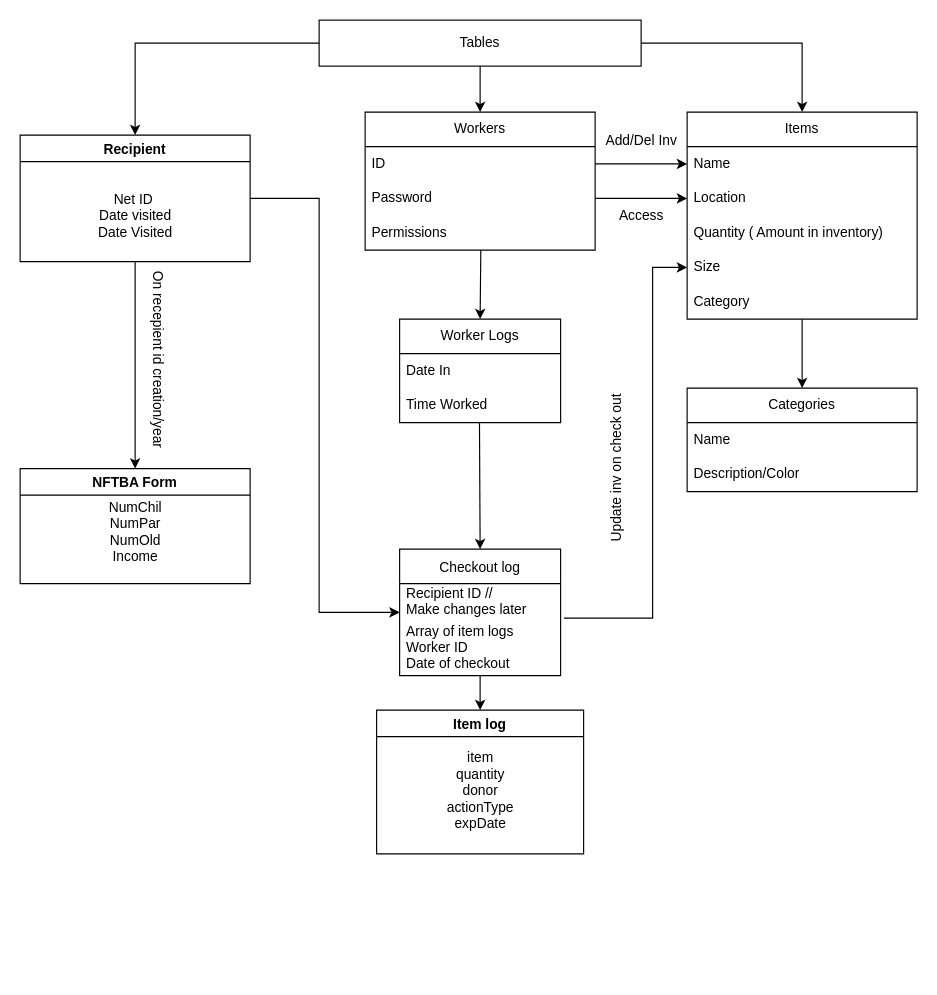
UTDallasEPICS/Comet-Cupboard keeps this draw.io diagram as Back-End Data.drawio. Above is the earlier version. Source tidied: cells renumbered, new cells numbered last; positions are measured from the earlier drawing's top-left corner, leaving out a move shared by most shapes. Both pictures are drawn from the tidied source at 115%, with x=0, y=0 at pixel (20, 20).
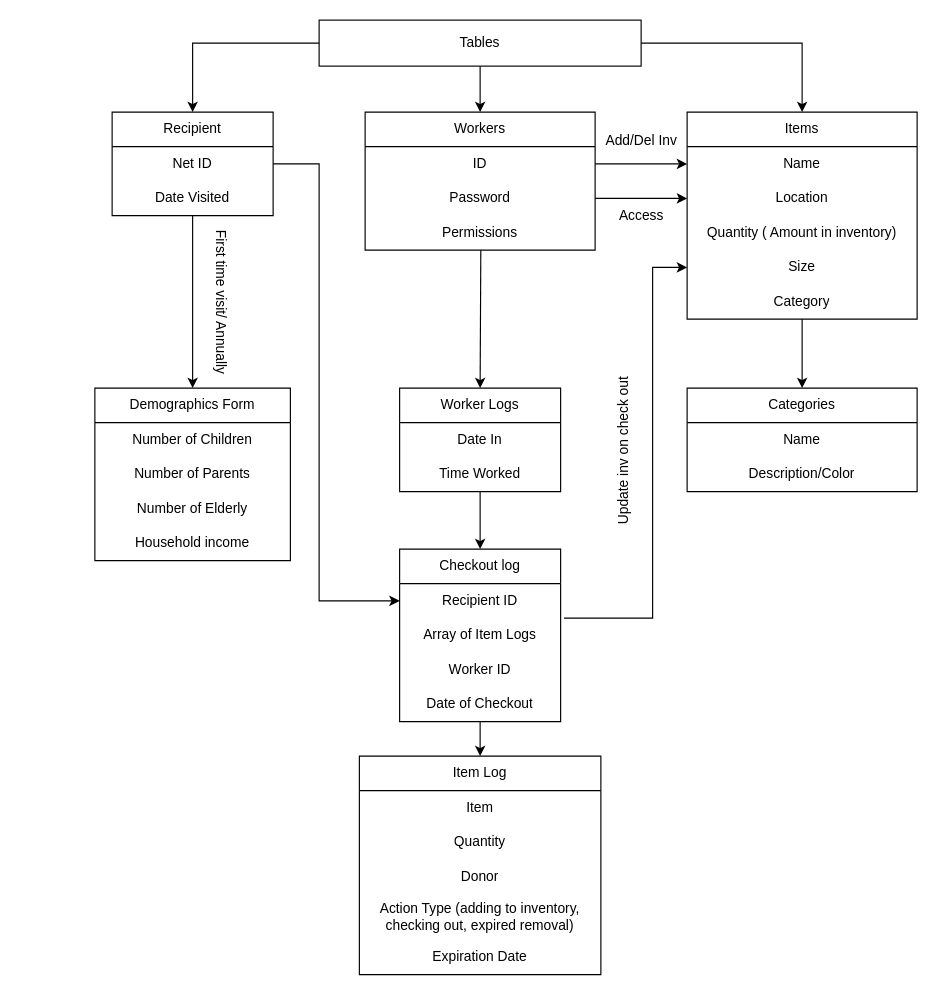
After the change.

The change refers to these unchanged cells:
```xml
<mxCell id="4" value="Tables" style="rounded=0;whiteSpace=wrap;html=1;" parent="1" vertex="1">
  <mxGeometry x="260" width="280" height="40" as="geometry" />
</mxCell>
<mxCell id="21" value="Items" style="swimlane;fontStyle=0;horizontal=1;startSize=30;whiteSpace=wrap;html=1;" parent="1" vertex="1">
  <mxGeometry x="580" y="80" width="200" height="180" as="geometry" />
</mxCell>
<mxCell id="28" value="Workers" style="swimlane;fontStyle=0;horizontal=1;startSize=30;whiteSpace=wrap;html=1;" parent="1" vertex="1">
  <mxGeometry x="300" y="80" width="200" height="120" as="geometry" />
</mxCell>
<mxCell id="33" value="Categories" style="swimlane;fontStyle=0;horizontal=1;startSize=30;whiteSpace=wrap;html=1;" parent="1" vertex="1">
  <mxGeometry x="580" y="320" width="200" height="90" as="geometry" />
</mxCell>
```

What changed in the source:
```diff
@@
-    <mxCell id="2" value="Recipient" style="swimlane;startSize=23;" parent="1" vertex="1">
-      <mxGeometry y="100" width="200" height="110" as="geometry" />
-    </mxCell>
-    <mxCell id="3" value="Net ID&amp;nbsp;&lt;br&gt;Date visited&lt;br&gt;Date Visited" style="text;html=1;align=center;verticalAlign=middle;strokeColor=none;fillColor=none;" parent="2" vertex="1">
-      <mxGeometry x="55" y="40" width="90" height="60" as="geometry" />
-    </mxCell>
@@
-    <mxCell id="5" value="NFTBA Form" style="swimlane;" parent="1" vertex="1">
-      <mxGeometry y="390" width="200" height="100" as="geometry" />
-    </mxCell>
-    <mxCell id="6" value="NumChil&lt;br&gt;NumPar&lt;br&gt;NumOld&lt;br&gt;Income" style="text;html=1;align=center;verticalAlign=middle;strokeColor=none;fillColor=none;" parent="5" vertex="1">
-      <mxGeometry x="65" y="20" width="70" height="70" as="geometry" />
-    </mxCell>
-    <mxCell id="7" value="On recepient id creation/year" style="text;html=1;align=center;verticalAlign=middle;strokeColor=none;fillColor=none;rotation=90;" parent="1" vertex="1">
-      <mxGeometry x="30" y="280" width="180" height="30" as="geometry" />
+    <mxCell id="7" value="First time visit/ Annually" style="text;html=1;align=center;verticalAlign=middle;strokeColor=none;fillColor=none;rotation=90;" parent="1" vertex="1">
+      <mxGeometry x="100" y="230" width="150" height="30" as="geometry" />
     </mxCell>
-    <mxCell id="8" value="Item log" style="swimlane;" parent="1" vertex="1">
-      <mxGeometry x="310" y="600" width="180" height="125" as="geometry" />
-    </mxCell>
-    <mxCell id="9" value="&lt;br&gt;" style="text;html=1;align=center;verticalAlign=middle;strokeColor=none;fillColor=none;" parent="8" vertex="1">
-      <mxGeometry x="100" y="105" width="20" height="30" as="geometry" />
-    </mxCell>
-    <mxCell id="10" value="item&lt;br&gt;quantity&lt;br&gt;donor&lt;br&gt;actionType&lt;br&gt;expDate" style="text;html=1;align=center;verticalAlign=middle;strokeColor=none;fillColor=none;" parent="8" vertex="1">
-      <mxGeometry x="50" y="25" width="80" height="90" as="geometry" />
-    </mxCell>
@@
-    <mxCell id="12" value="Checkout log" style="swimlane;fontStyle=0;horizontal=1;startSize=30;" parent="1" vertex="1">
-      <mxGeometry x="330" y="460" width="140" height="110" as="geometry" />
-    </mxCell>
-    <mxCell id="13" value="Recipient ID //&#10;Make changes later" style="text;strokeColor=none;fillColor=none;align=left;verticalAlign=middle;spacingLeft=4;spacingRight=4;overflow=hidden;" parent="12" vertex="1">
-      <mxGeometry y="30" width="140" height="30" as="geometry" />
-    </mxCell>
-    <mxCell id="14" value="Array of item logs&#10;Worker ID &#10;Date of checkout" style="text;strokeColor=none;fillColor=none;align=left;verticalAlign=middle;spacingLeft=4;spacingRight=4;overflow=hidden;points=[[0,0.5],[1,0.5]];portConstraint=eastwest;" parent="12" vertex="1">
-      <mxGeometry y="60" width="140" height="50" as="geometry" />
-    </mxCell>
     <mxCell id="15" value="Update inv on check out" style="text;html=1;align=center;verticalAlign=middle;strokeColor=none;fillColor=none;rotation=-90;" parent="1" vertex="1">
-      <mxGeometry x="444" y="375" width="150" height="30" as="geometry" />
+      <mxGeometry x="450" y="360" width="150" height="30" as="geometry" />
     </mxCell>
-    <mxCell id="16" style="endArrow=classic;html=1;rounded=0;exitX=0.5;exitY=1;exitDx=0;exitDy=0;entryX=0.5;entryY=0;entryDx=0;entryDy=0;" parent="1" edge="1" source="2" target="5">
+    <mxCell id="16" style="endArrow=classic;html=1;rounded=0;exitX=0.5;exitY=1;exitDx=0;exitDy=0;entryX=0.5;entryY=0;entryDx=0;entryDy=0;exitPerimeter=0;" parent="1" edge="1" source="46" target="47">
       <mxGeometry relative="1" as="geometry" />
     </mxCell>
@@
-    <mxCell id="18" style="endArrow=classic;html=1;rounded=0;exitX=1;exitY=0.5;exitDx=0;exitDy=0;entryX=0;entryY=0.5;entryDx=0;entryDy=0;" parent="1" edge="1" source="2" target="12">
+    <mxCell id="18" style="endArrow=classic;html=1;rounded=0;exitX=1;exitY=0.5;exitDx=0;exitDy=0;entryX=0;entryY=0.5;entryDx=0;entryDy=0;" parent="1" edge="1" source="45" target="52">
       <mxGeometry relative="1" as="geometry">
         <Array as="points">
-          <mxPoint x="260" y="155" />
-          <mxPoint x="260" y="515" />
+          <mxPoint x="260" y="125" />
+          <mxPoint x="260" y="505" />
         </Array>
       </mxGeometry>
     </mxCell>
-    <mxCell id="19" style="endArrow=classic;html=1;rounded=0;exitX=0.5;exitY=1;exitDx=0;exitDy=0;exitPerimeter=0;" parent="1" edge="1" source="14">
-      <mxGeometry relative="1" as="geometry">
-        <mxPoint x="400" y="600" as="targetPoint" />
-      </mxGeometry>
-    </mxCell>
@@
-    <mxCell id="22" value="Name" style="text;strokeColor=none;fillColor=none;align=left;verticalAlign=middle;spacingLeft=4;spacingRight=4;overflow=hidden;points=[[0,0.5],[1,0.5]];portConstraint=eastwest;whiteSpace=wrap;html=1;" parent="21" vertex="1">
+    <mxCell id="22" value="Name" style="text;strokeColor=none;fillColor=none;align=center;verticalAlign=middle;spacingLeft=4;spacingRight=4;overflow=hidden;points=[[0,0.5],[1,0.5]];portConstraint=eastwest;whiteSpace=wrap;html=1;" parent="21" vertex="1">
       <mxGeometry y="30" width="200" height="30" as="geometry" />
     </mxCell>
-    <mxCell id="23" value="Location" style="text;strokeColor=none;fillColor=none;align=left;verticalAlign=middle;spacingLeft=4;spacingRight=4;overflow=hidden;points=[[0,0.5],[1,0.5]];portConstraint=eastwest;whiteSpace=wrap;html=1;" parent="21" vertex="1">
+    <mxCell id="23" value="Location" style="text;strokeColor=none;fillColor=none;align=center;verticalAlign=middle;spacingLeft=4;spacingRight=4;overflow=hidden;points=[[0,0.5],[1,0.5]];portConstraint=eastwest;whiteSpace=wrap;html=1;" parent="21" vertex="1">
       <mxGeometry y="60" width="200" height="30" as="geometry" />
     </mxCell>
-    <mxCell id="24" value="Quantity ( Amount in inventory)" style="text;strokeColor=none;fillColor=none;align=left;verticalAlign=middle;spacingLeft=4;spacingRight=4;overflow=hidden;whiteSpace=wrap;html=1;" parent="21" vertex="1">
+    <mxCell id="24" value="Quantity ( Amount in inventory)" style="text;strokeColor=none;fillColor=none;align=center;verticalAlign=middle;spacingLeft=4;spacingRight=4;overflow=hidden;whiteSpace=wrap;html=1;" parent="21" vertex="1">
       <mxGeometry y="90" width="200" height="30" as="geometry" />
     </mxCell>
-    <mxCell id="25" value="Size" style="text;strokeColor=none;fillColor=none;align=left;verticalAlign=middle;spacingLeft=4;spacingRight=4;overflow=hidden;points=[[0,0.5],[1,0.5]];portConstraint=eastwest;whiteSpace=wrap;html=1;" parent="21" vertex="1">
+    <mxCell id="25" value="Size" style="text;strokeColor=none;fillColor=none;align=center;verticalAlign=middle;spacingLeft=4;spacingRight=4;overflow=hidden;points=[[0,0.5],[1,0.5]];portConstraint=eastwest;whiteSpace=wrap;html=1;" parent="21" vertex="1">
       <mxGeometry y="120" width="200" height="30" as="geometry" />
     </mxCell>
-    <mxCell id="26" value="Category" style="text;strokeColor=none;fillColor=none;align=left;verticalAlign=middle;spacingLeft=4;spacingRight=4;overflow=hidden;whiteSpace=wrap;html=1;" parent="21" vertex="1">
+    <mxCell id="26" value="Category" style="text;strokeColor=none;fillColor=none;align=center;verticalAlign=middle;spacingLeft=4;spacingRight=4;overflow=hidden;whiteSpace=wrap;html=1;" parent="21" vertex="1">
       <mxGeometry y="150" width="200" height="30" as="geometry" />
     </mxCell>
@@
-    <mxCell id="29" value="ID" style="text;strokeColor=none;fillColor=none;align=left;verticalAlign=middle;spacingLeft=4;spacingRight=4;overflow=hidden;points=[[0,0.5],[1,0.5]];portConstraint=eastwest;whiteSpace=wrap;html=1;" parent="28" vertex="1">
+    <mxCell id="29" value="ID" style="text;strokeColor=none;fillColor=none;align=center;verticalAlign=middle;spacingLeft=4;spacingRight=4;overflow=hidden;points=[[0,0.5],[1,0.5]];portConstraint=eastwest;whiteSpace=wrap;html=1;" parent="28" vertex="1">
       <mxGeometry y="30" width="200" height="30" as="geometry" />
     </mxCell>
-    <mxCell id="30" value="Password" style="text;strokeColor=none;fillColor=none;align=left;verticalAlign=middle;spacingLeft=4;spacingRight=4;overflow=hidden;points=[[0,0.5],[1,0.5]];portConstraint=eastwest;whiteSpace=wrap;html=1;" parent="28" vertex="1">
+    <mxCell id="30" value="Password" style="text;strokeColor=none;fillColor=none;align=center;verticalAlign=middle;spacingLeft=4;spacingRight=4;overflow=hidden;points=[[0,0.5],[1,0.5]];portConstraint=eastwest;whiteSpace=wrap;html=1;" parent="28" vertex="1">
       <mxGeometry y="60" width="200" height="30" as="geometry" />
     </mxCell>
-    <mxCell id="31" value="Permissions" style="text;strokeColor=none;fillColor=none;align=left;verticalAlign=middle;spacingLeft=4;spacingRight=4;overflow=hidden;points=[[0,0.5],[1,0.5]];portConstraint=eastwest;whiteSpace=wrap;html=1;" parent="28" vertex="1">
+    <mxCell id="31" value="Permissions" style="text;strokeColor=none;fillColor=none;align=center;verticalAlign=middle;spacingLeft=4;spacingRight=4;overflow=hidden;points=[[0,0.5],[1,0.5]];portConstraint=eastwest;whiteSpace=wrap;html=1;" parent="28" vertex="1">
       <mxGeometry y="90" width="200" height="30" as="geometry" />
     </mxCell>
@@
-    <mxCell id="34" value="Name" style="text;strokeColor=none;fillColor=none;align=left;verticalAlign=middle;spacingLeft=4;spacingRight=4;overflow=hidden;whiteSpace=wrap;html=1;" parent="33" vertex="1">
+    <mxCell id="34" value="Name" style="text;strokeColor=none;fillColor=none;align=center;verticalAlign=middle;spacingLeft=4;spacingRight=4;overflow=hidden;whiteSpace=wrap;html=1;" parent="33" vertex="1">
       <mxGeometry y="30" width="200" height="30" as="geometry" />
     </mxCell>
-    <mxCell id="35" value="Description/Color" style="text;strokeColor=none;fillColor=none;align=left;verticalAlign=middle;spacingLeft=4;spacingRight=4;overflow=hidden;whiteSpace=wrap;html=1;" parent="33" vertex="1">
+    <mxCell id="35" value="Description/Color" style="text;strokeColor=none;fillColor=none;align=center;verticalAlign=middle;spacingLeft=4;spacingRight=4;overflow=hidden;whiteSpace=wrap;html=1;" parent="33" vertex="1">
       <mxGeometry y="60" width="200" height="30" as="geometry" />
     </mxCell>
@@
     <mxCell id="37" value="Worker Logs" style="swimlane;fontStyle=0;horizontal=1;startSize=30;whiteSpace=wrap;html=1;" parent="1" vertex="1">
-      <mxGeometry x="330" y="260" width="140" height="90" as="geometry" />
+      <mxGeometry x="330" y="320" width="140" height="90" as="geometry" />
     </mxCell>
-    <mxCell id="38" value="Date In" style="text;strokeColor=none;fillColor=none;align=left;verticalAlign=middle;spacingLeft=4;spacingRight=4;overflow=hidden;whiteSpace=wrap;html=1;" parent="37" vertex="1">
+    <mxCell id="38" value="Date In" style="text;strokeColor=none;fillColor=none;align=center;verticalAlign=middle;spacingLeft=4;spacingRight=4;overflow=hidden;whiteSpace=wrap;html=1;" parent="37" vertex="1">
       <mxGeometry y="30" width="140" height="30" as="geometry" />
     </mxCell>
-    <mxCell id="39" value="Time Worked" style="text;strokeColor=none;fillColor=none;align=left;verticalAlign=middle;spacingLeft=4;spacingRight=4;overflow=hidden;points=[[0,0.5],[1,0.5]];portConstraint=eastwest;whiteSpace=wrap;html=1;" parent="37" vertex="1">
+    <mxCell id="39" value="Time Worked" style="text;strokeColor=none;fillColor=none;align=center;verticalAlign=middle;spacingLeft=4;spacingRight=4;overflow=hidden;points=[[0,0.5],[1,0.5]];portConstraint=eastwest;whiteSpace=wrap;html=1;" parent="37" vertex="1">
       <mxGeometry y="60" width="140" height="30" as="geometry" />
     </mxCell>
-    <mxCell id="40" style="endArrow=classic;html=1;rounded=0;entryX=0.5;entryY=0;entryDx=0;entryDy=0;exitX=0.496;exitY=1;exitDx=0;exitDy=0;exitPerimeter=0;" parent="1" edge="1" source="39" target="12">
-      <mxGeometry relative="1" as="geometry" />
+    <mxCell id="40" style="endArrow=classic;html=1;rounded=0;entryX=0.5;entryY=0;entryDx=0;entryDy=0;" parent="1" edge="1">
+      <mxGeometry relative="1" as="geometry">
+        <mxPoint x="400" y="410" as="sourcePoint" />
+        <mxPoint x="400" y="460" as="targetPoint" />
+      </mxGeometry>
     </mxCell>
-    <mxCell id="41" style="endArrow=classic;html=1;rounded=0;exitX=1.021;exitY=0;exitDx=0;exitDy=0;entryX=0;entryY=0.5;entryDx=0;entryDy=0;exitPerimeter=0;" parent="1" edge="1" source="14" target="25">
+    <mxCell id="41" style="endArrow=classic;html=1;rounded=0;exitX=1.021;exitY=0;exitDx=0;exitDy=0;entryX=0;entryY=0.5;entryDx=0;entryDy=0;exitPerimeter=0;" parent="1" edge="1" target="25">
       <mxGeometry relative="1" as="geometry">
+        <mxPoint x="472.9" y="520" as="sourcePoint" />
         <Array as="points">
           <mxPoint x="550" y="520" />
           <mxPoint x="550" y="215" />
         </Array>
       </mxGeometry>
     </mxCell>
     <mxCell id="42" style="endArrow=classic;html=1;rounded=0;exitX=0;exitY=0.5;exitDx=0;exitDy=0;entryX=0.5;entryY=0;entryDx=0;entryDy=0;" parent="1" edge="1" source="4" target="2">
       <mxGeometry relative="1" as="geometry">
         <Array as="points">
-          <mxPoint x="100" y="20" />
+          <mxPoint x="150" y="20" />
         </Array>
       </mxGeometry>
     </mxCell>
@@
+    <mxCell id="2" value="Recipient" style="swimlane;fontStyle=0;horizontal=1;startSize=30;whiteSpace=wrap;html=1;" parent="1" vertex="1">
+      <mxGeometry x="80" y="80" width="140" height="90" as="geometry" />
+    </mxCell>
+    <mxCell id="45" value="Net ID" style="text;strokeColor=none;fillColor=none;align=center;verticalAlign=middle;spacingLeft=4;spacingRight=4;overflow=hidden;points=[[0,0.5],[1,0.5]];portConstraint=eastwest;whiteSpace=wrap;html=1;" parent="2" vertex="1">
+      <mxGeometry y="30" width="140" height="30" as="geometry" />
+    </mxCell>
+    <mxCell id="46" value="Date Visited" style="text;strokeColor=none;fillColor=none;align=center;verticalAlign=middle;spacingLeft=4;spacingRight=4;overflow=hidden;points=[[0,0.5],[1,0.5]];portConstraint=eastwest;whiteSpace=wrap;html=1;" parent="2" vertex="1">
+      <mxGeometry y="60" width="140" height="30" as="geometry" />
+    </mxCell>
+    <mxCell id="47" value="Demographics Form" style="swimlane;fontStyle=0;horizontal=1;startSize=30;whiteSpace=wrap;html=1;" parent="1" vertex="1">
+      <mxGeometry x="65" y="320" width="170" height="150" as="geometry" />
+    </mxCell>
+    <mxCell id="48" value="Number of Children" style="text;strokeColor=none;fillColor=none;align=center;verticalAlign=middle;spacingLeft=4;spacingRight=4;overflow=hidden;whiteSpace=wrap;html=1;" parent="47" vertex="1">
+      <mxGeometry y="30" width="170" height="30" as="geometry" />
+    </mxCell>
+    <mxCell id="49" value="Number of Parents" style="text;strokeColor=none;fillColor=none;align=center;verticalAlign=middle;spacingLeft=4;spacingRight=4;overflow=hidden;whiteSpace=wrap;html=1;" parent="47" vertex="1">
+      <mxGeometry y="60" width="170" height="30" as="geometry" />
+    </mxCell>
+    <mxCell id="50" value="Number of Elderly" style="text;strokeColor=none;fillColor=none;align=center;verticalAlign=middle;spacingLeft=4;spacingRight=4;overflow=hidden;whiteSpace=wrap;html=1;" parent="47" vertex="1">
+      <mxGeometry y="90" width="170" height="30" as="geometry" />
+    </mxCell>
+    <mxCell id="51" value="Household income" style="text;strokeColor=none;fillColor=none;align=center;verticalAlign=middle;spacingLeft=4;spacingRight=4;overflow=hidden;whiteSpace=wrap;html=1;" parent="47" vertex="1">
+      <mxGeometry y="120" width="170" height="30" as="geometry" />
+    </mxCell>
+    <mxCell id="12" value="Checkout log" style="swimlane;fontStyle=0;horizontal=1;startSize=30;whiteSpace=wrap;html=1;align=center;" parent="1" vertex="1">
+      <mxGeometry x="330" y="460" width="140" height="150" as="geometry" />
+    </mxCell>
+    <mxCell id="52" value="Recipient ID" style="text;strokeColor=none;fillColor=none;align=center;verticalAlign=middle;spacingLeft=4;spacingRight=4;overflow=hidden;points=[[0,0.5],[1,0.5]];portConstraint=eastwest;whiteSpace=wrap;html=1;" parent="12" vertex="1">
+      <mxGeometry y="30" width="140" height="30" as="geometry" />
+    </mxCell>
+    <mxCell id="53" value="Array of Item Logs" style="text;strokeColor=none;fillColor=none;align=center;verticalAlign=middle;spacingLeft=4;spacingRight=4;overflow=hidden;whiteSpace=wrap;html=1;" parent="12" vertex="1">
+      <mxGeometry y="60" width="140" height="30" as="geometry" />
+    </mxCell>
+    <mxCell id="54" value="Worker ID" style="text;strokeColor=none;fillColor=none;align=center;verticalAlign=middle;spacingLeft=4;spacingRight=4;overflow=hidden;whiteSpace=wrap;html=1;" parent="12" vertex="1">
+      <mxGeometry y="90" width="140" height="30" as="geometry" />
+    </mxCell>
+    <mxCell id="55" value="Date of Checkout" style="text;strokeColor=none;fillColor=none;align=center;verticalAlign=middle;spacingLeft=4;spacingRight=4;overflow=hidden;whiteSpace=wrap;html=1;" parent="12" vertex="1">
+      <mxGeometry y="120" width="140" height="30" as="geometry" />
+    </mxCell>
+    <mxCell id="56" style="endArrow=classic;html=1;rounded=0;entryX=0.5;entryY=0;entryDx=0;entryDy=0;" parent="1" edge="1">
+      <mxGeometry relative="1" as="geometry">
+        <mxPoint x="400" y="610" as="sourcePoint" />
+        <mxPoint x="400" y="640" as="targetPoint" />
+      </mxGeometry>
+    </mxCell>
+    <mxCell id="57" value="Item Log" style="swimlane;fontStyle=0;horizontal=1;startSize=30;whiteSpace=wrap;html=1;" parent="1" vertex="1">
+      <mxGeometry x="295" y="640" width="210" height="190" as="geometry" />
+    </mxCell>
+    <mxCell id="58" value="Item" style="text;strokeColor=none;fillColor=none;align=center;verticalAlign=middle;spacingLeft=4;spacingRight=4;overflow=hidden;whiteSpace=wrap;html=1;" parent="57" vertex="1">
+      <mxGeometry y="30" width="210" height="30" as="geometry" />
+    </mxCell>
+    <mxCell id="59" value="Quantity" style="text;strokeColor=none;fillColor=none;align=center;verticalAlign=middle;spacingLeft=4;spacingRight=4;overflow=hidden;whiteSpace=wrap;html=1;" parent="57" vertex="1">
+      <mxGeometry y="60" width="210" height="30" as="geometry" />
+    </mxCell>
+    <mxCell id="60" value="Donor" style="text;strokeColor=none;fillColor=none;align=center;verticalAlign=middle;spacingLeft=4;spacingRight=4;overflow=hidden;whiteSpace=wrap;html=1;" parent="57" vertex="1">
+      <mxGeometry y="90" width="210" height="30" as="geometry" />
+    </mxCell>
+    <mxCell id="61" value="Action Type (adding to inventory, checking out, expired removal)" style="text;strokeColor=none;fillColor=none;align=center;verticalAlign=middle;spacingLeft=4;spacingRight=4;overflow=hidden;whiteSpace=wrap;html=1;" parent="57" vertex="1">
+      <mxGeometry y="120" width="210" height="40" as="geometry" />
+    </mxCell>
+    <mxCell id="62" value="Expiration Date" style="text;strokeColor=none;fillColor=none;align=center;verticalAlign=middle;spacingLeft=4;spacingRight=4;overflow=hidden;whiteSpace=wrap;html=1;" parent="57" vertex="1">
+      <mxGeometry y="160" width="210" height="30" as="geometry" />
+    </mxCell>
```
